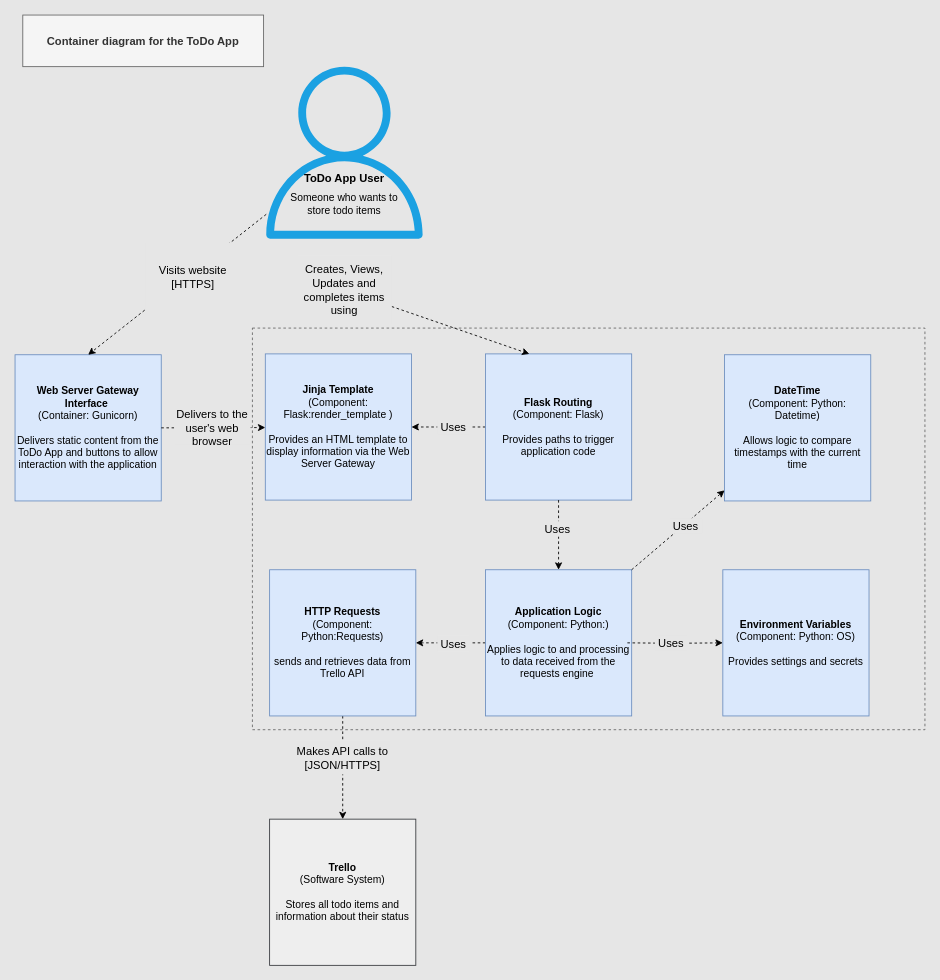
The draw.io diagram Documentation/Component_Diagram_todo_app.drawio in CorndelWithSoftwire/DevOps-Course-Starter, before the edit. Source tidied: cells renumbered, new cells numbered last; positions are measured from the earlier drawing's top-left corner, leaving out a move shared by most shapes. Both pictures are drawn from the tidied source at 86%, with x=0, y=0 at pixel (15, 15).
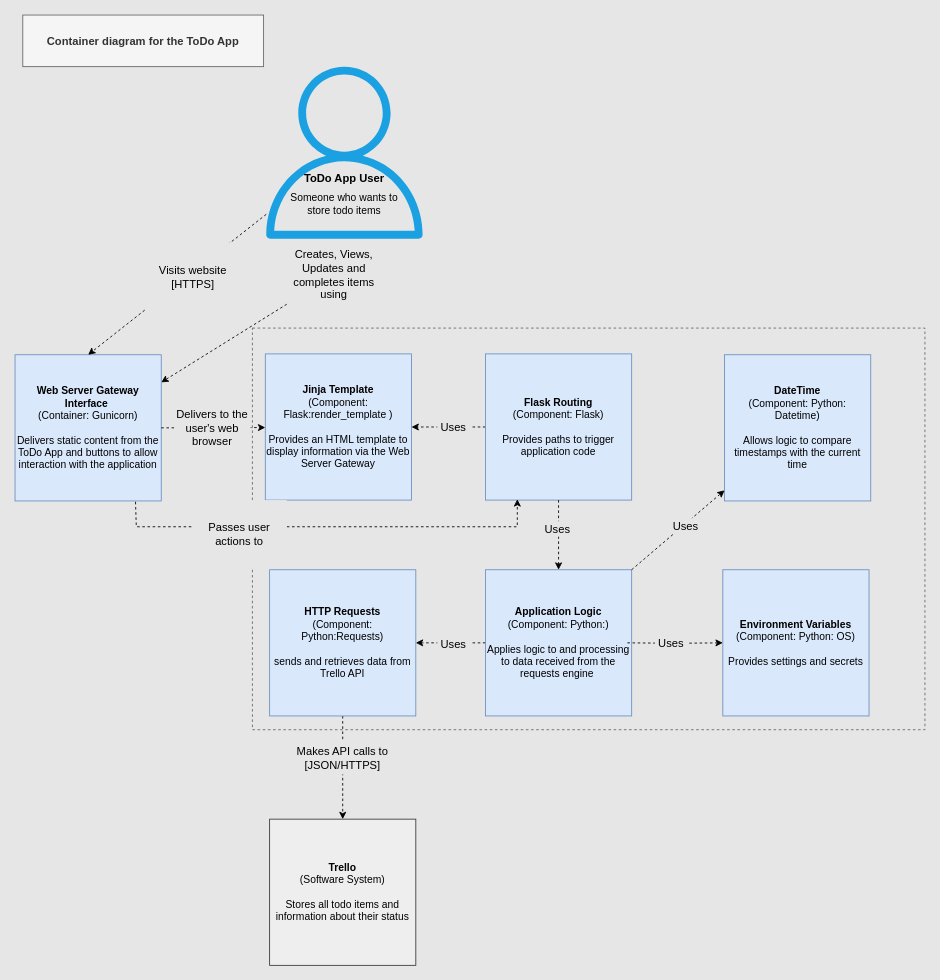
The same page after the edit.

Commit message:
updated component diagram to correct workflow

Unchanged cells that the change refers to:
```xml
<mxCell id="5" value="&lt;b&gt;Flask Routing&lt;br&gt;&lt;/b&gt;(Component: Flask)&lt;br&gt;&lt;br&gt;Provides paths to trigger application code" style="whiteSpace=wrap;html=1;fillColor=#dae8fc;strokeColor=#6c8ebf;" parent="1" vertex="1">
  <mxGeometry x="547" y="394" width="170" height="170" as="geometry" />
</mxCell>
<mxCell id="11" value="&lt;b&gt;Web Server Gateway Interface&amp;nbsp;&lt;/b&gt;&lt;br&gt;(Container: Gunicorn)&lt;br&gt;&lt;br&gt;Delivers static content from the ToDo App and buttons to allow interaction with the application" style="whiteSpace=wrap;html=1;fillColor=#dae8fc;strokeColor=#6c8ebf;" parent="1" vertex="1">
  <mxGeometry y="395" width="170" height="170" as="geometry" />
</mxCell>
```

What changed in the source:
```diff
@@
-    <mxCell id="7" style="endArrow=classic;html=1;dashed=1;" parent="1" edge="1" source="12">
-      <mxGeometry relative="1" as="geometry">
-        <mxPoint x="598" y="394" as="targetPoint" />
-      </mxGeometry>
+    <mxCell id="7" style="endArrow=classic;html=1;dashed=1;" parent="1" edge="1" source="12" target="11">
+      <mxGeometry relative="1" as="geometry" />
     </mxCell>
@@
     <mxCell id="12" value="Creates, Views, Updates and completes items using" style="text;html=1;align=center;verticalAlign=middle;whiteSpace=wrap;rounded=0;shadow=0;fontSize=13;labelBackgroundColor=none;labelBorderColor=none;fillColor=#E6e6e6;" parent="1" vertex="1">
-      <mxGeometry x="328" y="280" width="110" height="80" as="geometry" />
+      <mxGeometry x="316" y="262" width="110" height="80" as="geometry" />
     </mxCell>
@@
+    <mxCell id="33" style="endArrow=classic;html=1;dashed=1;rounded=0;entryX=0.218;entryY=0.994;entryDx=0;entryDy=0;entryPerimeter=0;exitX=0.824;exitY=1.006;exitDx=0;exitDy=0;exitPerimeter=0;" parent="1" edge="1" source="11" target="5">
+      <mxGeometry relative="1" as="geometry">
+        <Array as="points">
+          <mxPoint x="141" y="595" />
+          <mxPoint x="169" y="595" />
+          <mxPoint x="584" y="595" />
+        </Array>
+      </mxGeometry>
+    </mxCell>
+    <mxCell id="34" value="Passes user actions to" style="text;html=1;align=center;verticalAlign=middle;whiteSpace=wrap;rounded=0;shadow=0;fontSize=13;labelBackgroundColor=none;labelBorderColor=none;fillColor=#E6e6e6;" parent="1" vertex="1">
+      <mxGeometry x="206" y="564" width="110" height="80" as="geometry" />
+    </mxCell>
```
